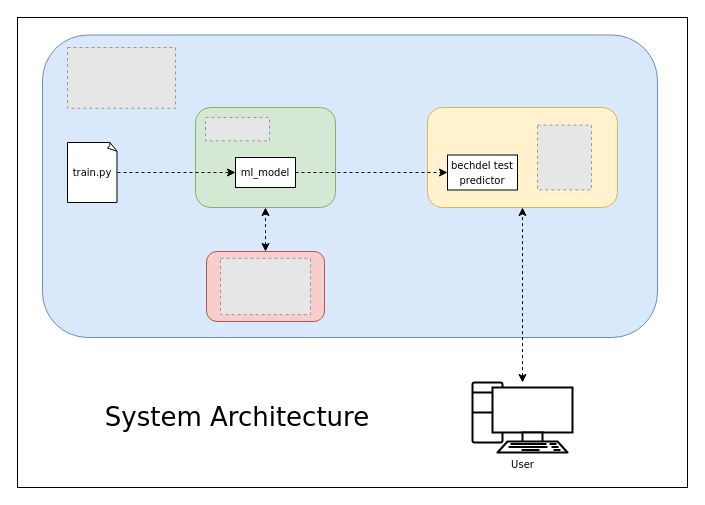
The draw.io diagram docs/diagrams/system_diagram.drawio in nedwebster/bechdel-test-predictor, before the edit. Source tidied: cells renumbered, new cells numbered last; positions are measured from the earlier drawing's top-left corner, leaving out a move shared by most shapes. Both pictures are drawn from the tidied source at 100%, with x=0, y=0 at pixel (17, 17). Pictures stored in the file or linked from it are replaced by grey dashed boxes.
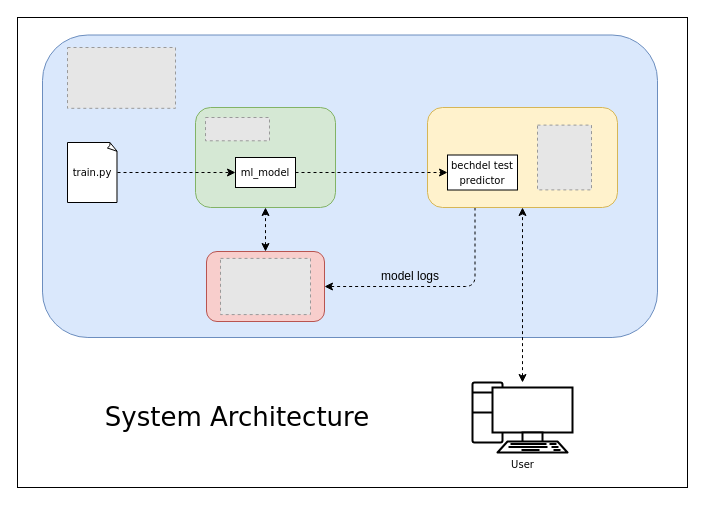
After the change.

Unchanged cells that the change refers to:
```xml
<mxCell id="10" style="rounded=1;whiteSpace=wrap;html=1;fillColor=#fff2cc;strokeColor=#d6b656;" parent="1" vertex="1">
  <mxGeometry x="410" y="90" width="190" height="100" as="geometry" />
</mxCell>
<mxCell id="16" style="rounded=1;whiteSpace=wrap;html=1;fillColor=#f8cecc;strokeColor=#b85450;" parent="1" vertex="1">
  <mxGeometry x="189" y="234" width="118" height="70" as="geometry" />
</mxCell>
```

The edit, as a diff of the source:
```diff
@@
+    <mxCell id="20" style="edgeStyle=orthogonalEdgeStyle;html=1;entryX=1;entryY=0.5;entryDx=0;entryDy=0;exitX=0.25;exitY=1;exitDx=0;exitDy=0;dashed=1;" parent="1" edge="1" source="10" target="16">
+      <mxGeometry relative="1" as="geometry" />
+    </mxCell>
@@
+    <mxCell id="21" value="model logs" style="text;html=1;strokeColor=none;fillColor=none;align=center;verticalAlign=middle;whiteSpace=wrap;rounded=0;" parent="1" vertex="1">
+      <mxGeometry x="353" y="243.9" width="80" height="30" as="geometry" />
+    </mxCell>
```
